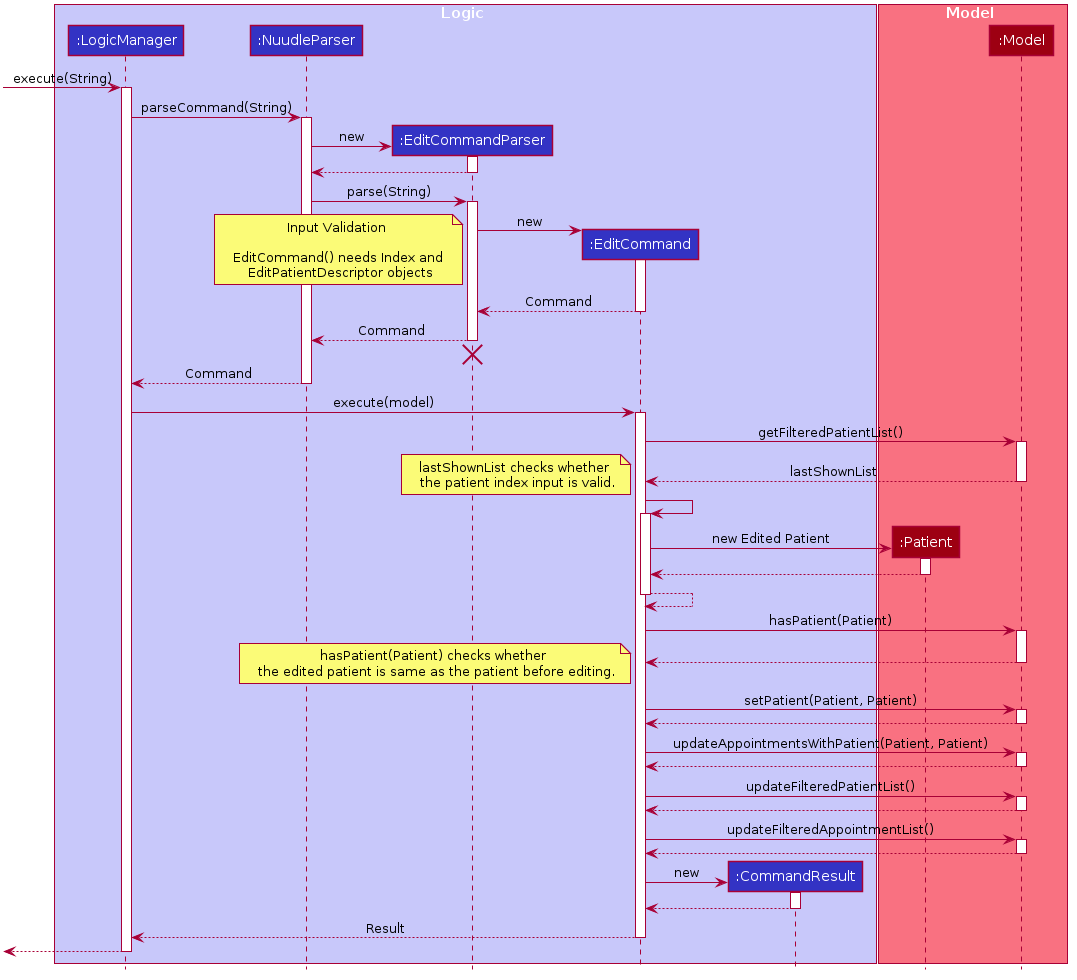
The PlantUML diagram docs/images/EditSequenceDiagram.png in xz0127/tp, before a commit.
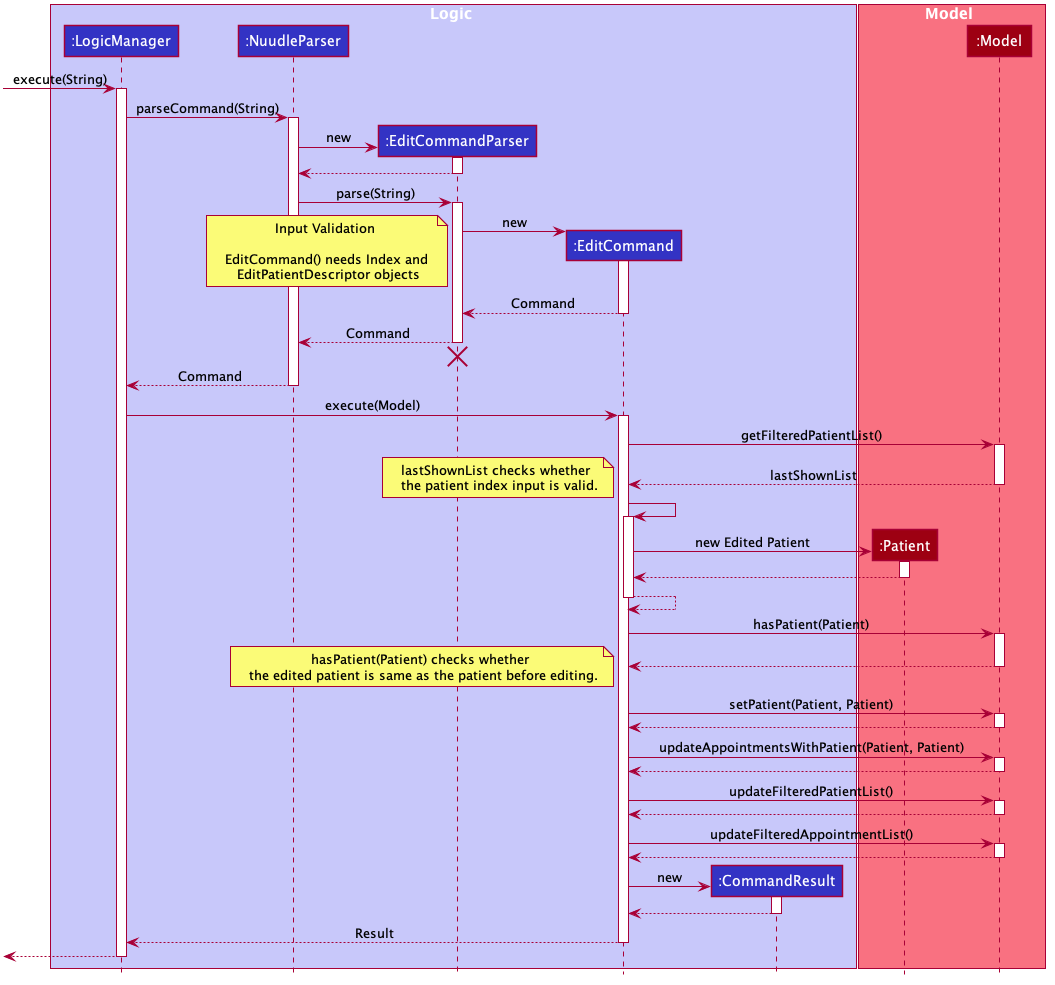
After the change.

Change to the diagram source:
```diff
@@ -94,7 +94,7 @@
 NuudleParser --> LogicManager: Command
 deactivate NuudleParser
 
-LogicManager -> EditCommand : execute(model)
+LogicManager -> EditCommand : execute(Model)
 activate EditCommand
 
 EditCommand -> Model : getFilteredPatientList()
```
